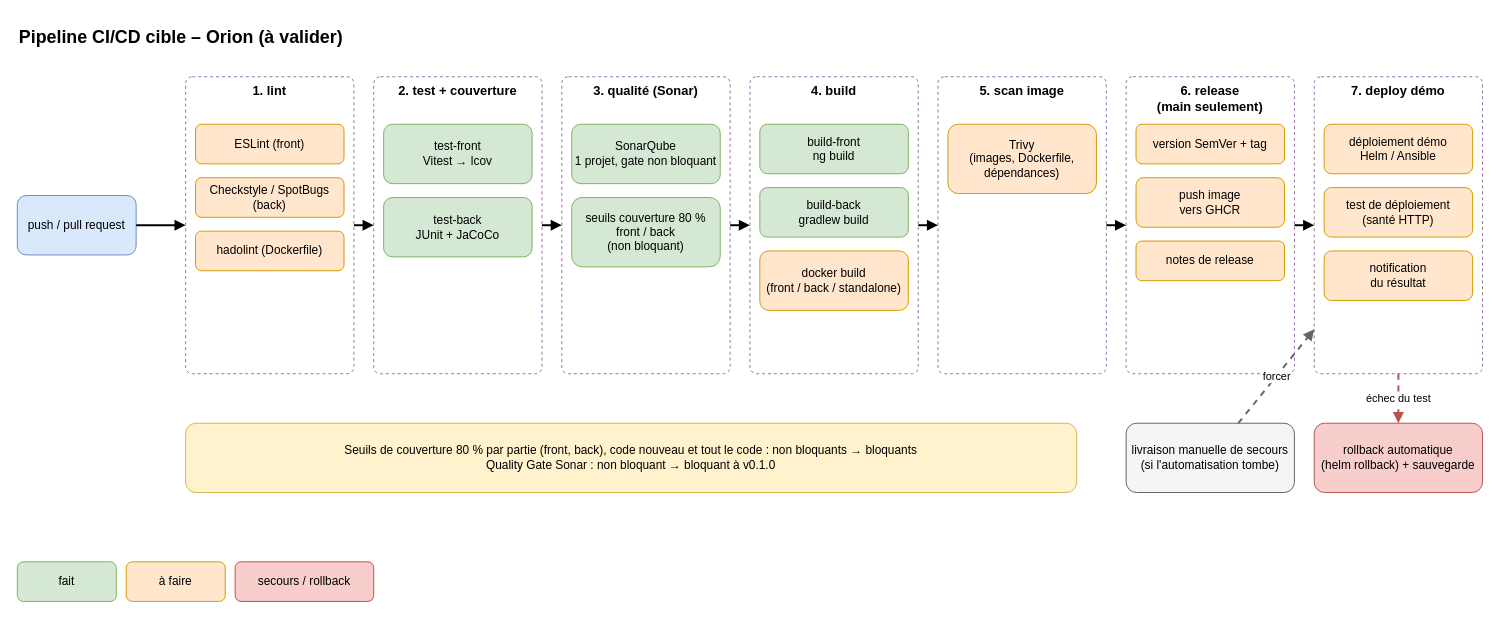
The draw.io diagram docs/livrables/schema_pipeline_ci_cd.drawio in denoyela-4913/dev-project-06-orion, before the edit. Source tidied: cells renumbered, new cells numbered last; positions are measured from the earlier drawing's top-left corner, leaving out a move shared by most shapes. Both pictures are drawn from the tidied source at 99%, with x=0, y=0 at pixel (17, 17).
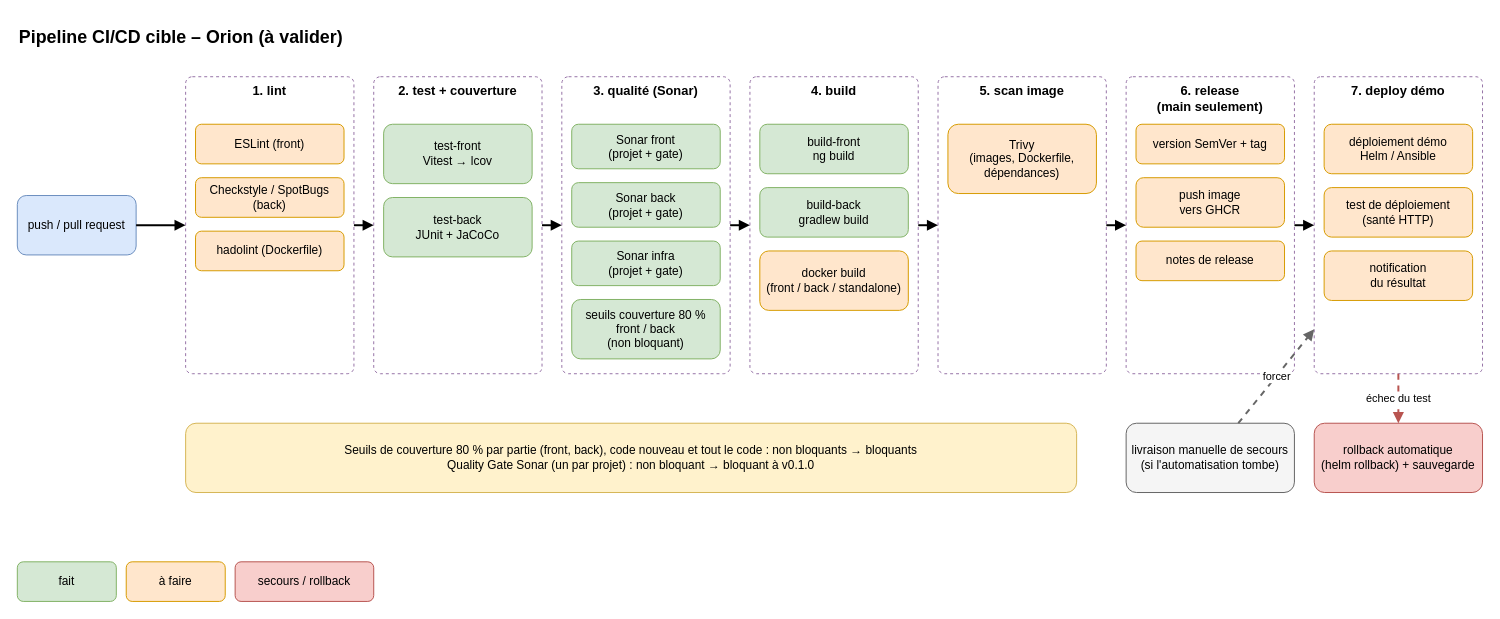
The same page after the edit.

Commit message (it also covers changes not shown here):
docs: describe the three Sonar projects in the deliverables

Diff of the diagram source:
```diff
@@
-    <mxCell id="14" value="SonarQube&#10;1 projet, gate non bloquant" style="rounded=1;whiteSpace=wrap;html=1;fillColor=#d5e8d4;strokeColor=#82b366;" parent="1" vertex="1">
-      <mxGeometry x="560" y="108" width="150" height="60" as="geometry" />
+    <mxCell id="14" value="Sonar front&#10;(projet + gate)" style="rounded=1;whiteSpace=wrap;html=1;fillColor=#d5e8d4;strokeColor=#82b366;" parent="1" vertex="1">
+      <mxGeometry x="560" y="108" width="150" height="45" as="geometry" />
     </mxCell>
-    <mxCell id="15" value="seuils couverture 80 %&#10;front / back&#10;(non bloquant)" style="rounded=1;whiteSpace=wrap;html=1;fillColor=#d5e8d4;strokeColor=#82b366;" parent="1" vertex="1">
-      <mxGeometry x="560" y="182" width="150" height="70" as="geometry" />
+    <mxCell id="15" value="Sonar back&#10;(projet + gate)" style="rounded=1;whiteSpace=wrap;html=1;fillColor=#d5e8d4;strokeColor=#82b366;" parent="1" vertex="1">
+      <mxGeometry x="560" y="167" width="150" height="45" as="geometry" />
     </mxCell>
+    <mxCell id="43" value="Sonar infra&#10;(projet + gate)" style="rounded=1;whiteSpace=wrap;html=1;fillColor=#d5e8d4;strokeColor=#82b366;" parent="1" vertex="1">
+      <mxGeometry x="560" y="226" width="150" height="45" as="geometry" />
+    </mxCell>
+    <mxCell id="44" value="seuils couverture 80 %&#10;front / back&#10;(non bloquant)" style="rounded=1;whiteSpace=wrap;html=1;fillColor=#d5e8d4;strokeColor=#82b366;" parent="1" vertex="1">
+      <mxGeometry x="560" y="285" width="150" height="60" as="geometry" />
+    </mxCell>
@@
-    <mxCell id="39" value="Seuils de couverture 80 % par partie (front, back), code nouveau et tout le code : non bloquants → bloquants&#10;Quality Gate Sonar : non bloquant → bloquant à v0.1.0" style="rounded=1;whiteSpace=wrap;html=1;fillColor=#fff2cc;strokeColor=#d6b656;" parent="1" vertex="1">
+    <mxCell id="39" value="Seuils de couverture 80 % par partie (front, back), code nouveau et tout le code : non bloquants → bloquants&#10;Quality Gate Sonar (un par projet) : non bloquant → bloquant à v0.1.0" style="rounded=1;whiteSpace=wrap;html=1;fillColor=#fff2cc;strokeColor=#d6b656;" parent="1" vertex="1">
       <mxGeometry x="170" y="410" width="900" height="70" as="geometry" />
     </mxCell>
```
